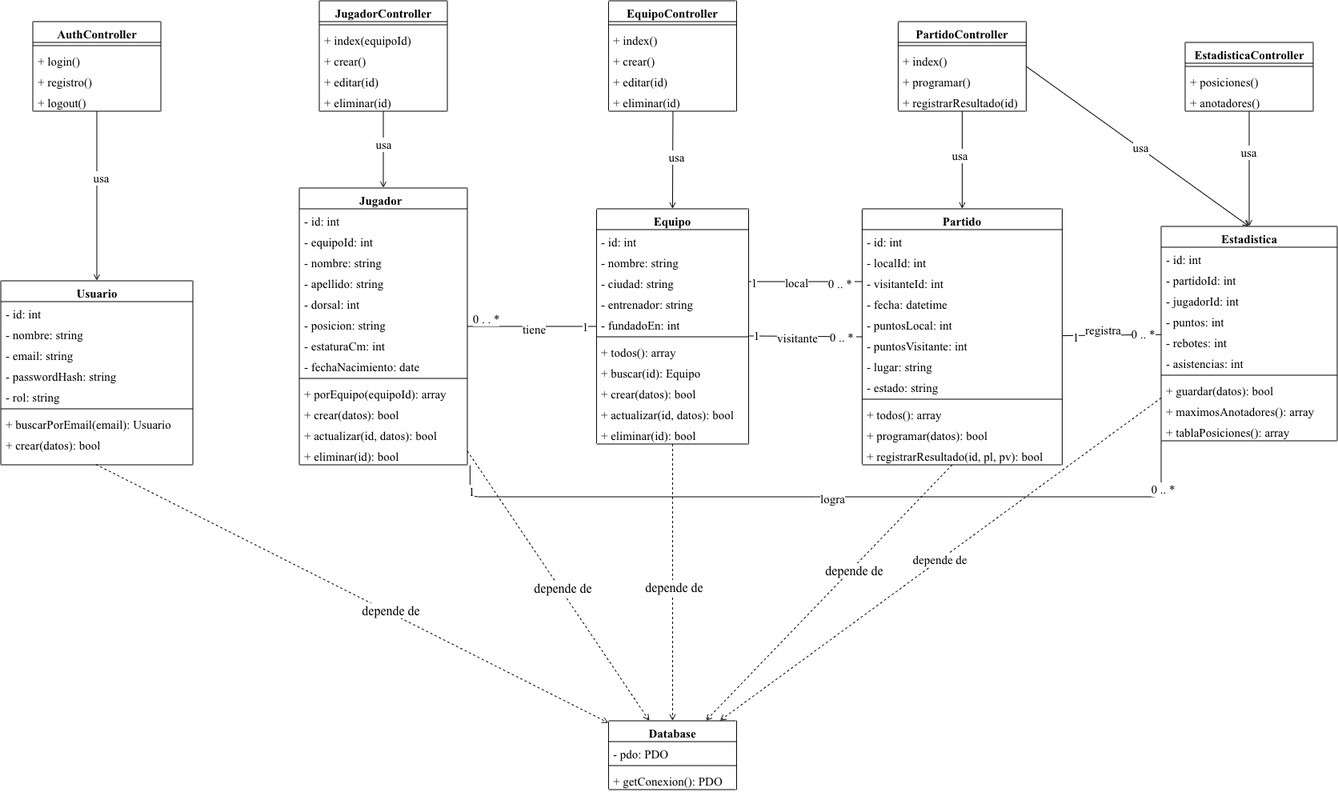
Above: doc/diagramas/05_diagrama_clases.drawio.png in 202312505e-sys/liga-basquetball (draw.io), before the change. Source tidied: cells renumbered, new cells last; positions are measured from the earlier drawing's top-left corner, leaving out a move shared by most shapes.
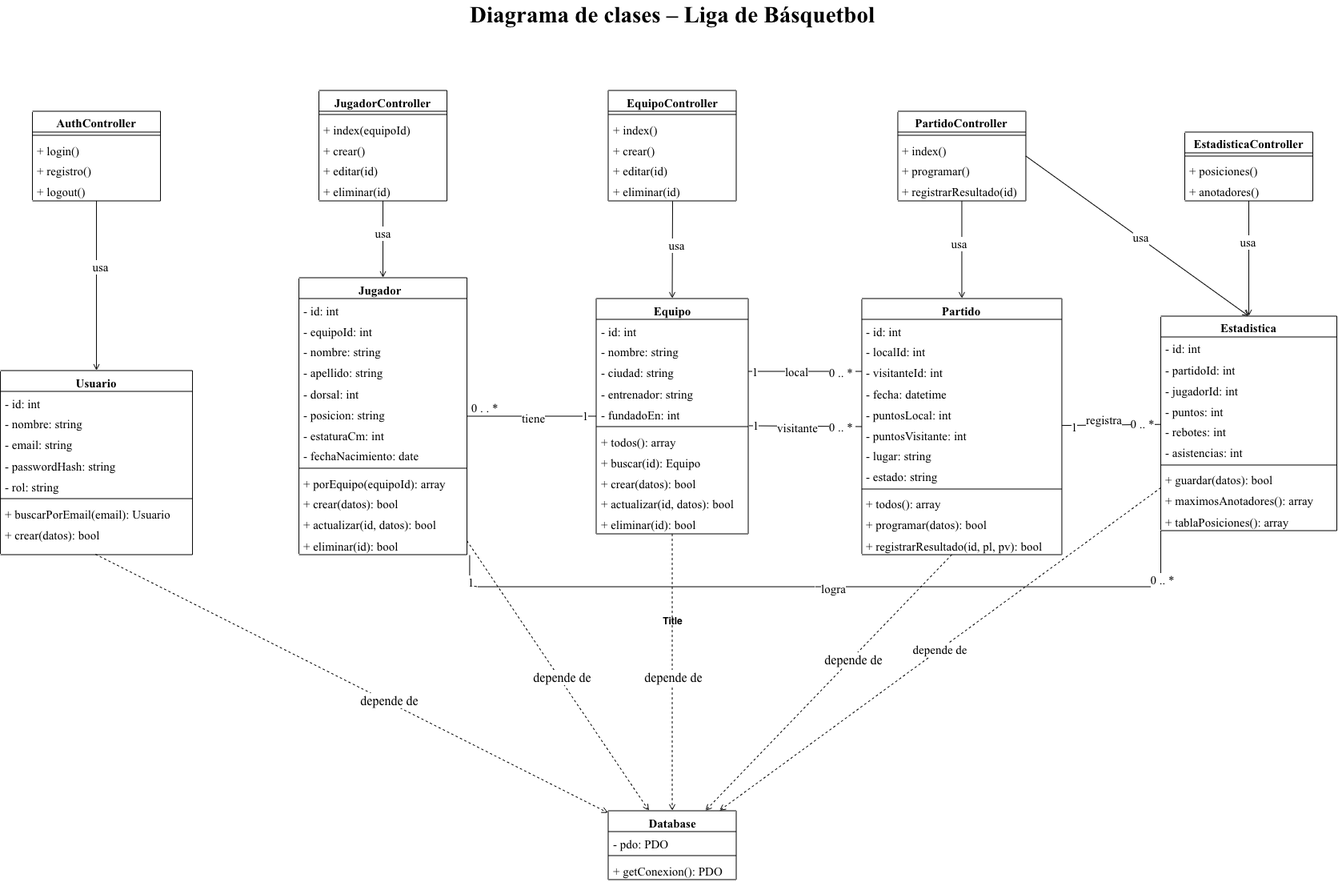
The same diagram one commit later.

Commit message:
Agrega diagrama de clases del sistema

Change to the diagram source:
```diff
@@ -411,5 +411,11 @@
     <mxCell id="131" value="0 .. *" style="edgeLabel;html=1;align=center;verticalAlign=middle;fontFamily=Times New Roman;fontSize=15;" parent="128" vertex="1">
       <mxGeometry x="0.88" y="-1" relative="1" as="geometry" />
     </mxCell>
+    <mxCell id="132" value="Title" style="text;align=center;fontStyle=1;verticalAlign=middle;spacingLeft=3;spacingRight=3;strokeColor=none;html=1;" parent="1" vertex="1">
+      <mxGeometry x="800" y="650" width="80" height="26" as="geometry" />
+    </mxCell>
+    <mxCell id="133" value="&lt;span style=&quot;caret-color: rgb(0, 0, 0); color: rgb(0, 0, 0); text-align: start;&quot;&gt;&lt;b style=&quot;&quot;&gt;&lt;font face=&quot;Times New Roman&quot; style=&quot;font-size: 29px;&quot;&gt;Diagrama de clases – Liga de Básquetbol&lt;/font&gt;&lt;/b&gt;&lt;/span&gt;" style="text;html=1;whiteSpace=wrap;strokeColor=none;fillColor=none;align=center;verticalAlign=middle;rounded=0;" parent="1" vertex="1">
+      <mxGeometry x="525" y="-110" width="630" height="30" as="geometry" />
+    </mxCell>
   </root>
 </mxGraphModel>
```
